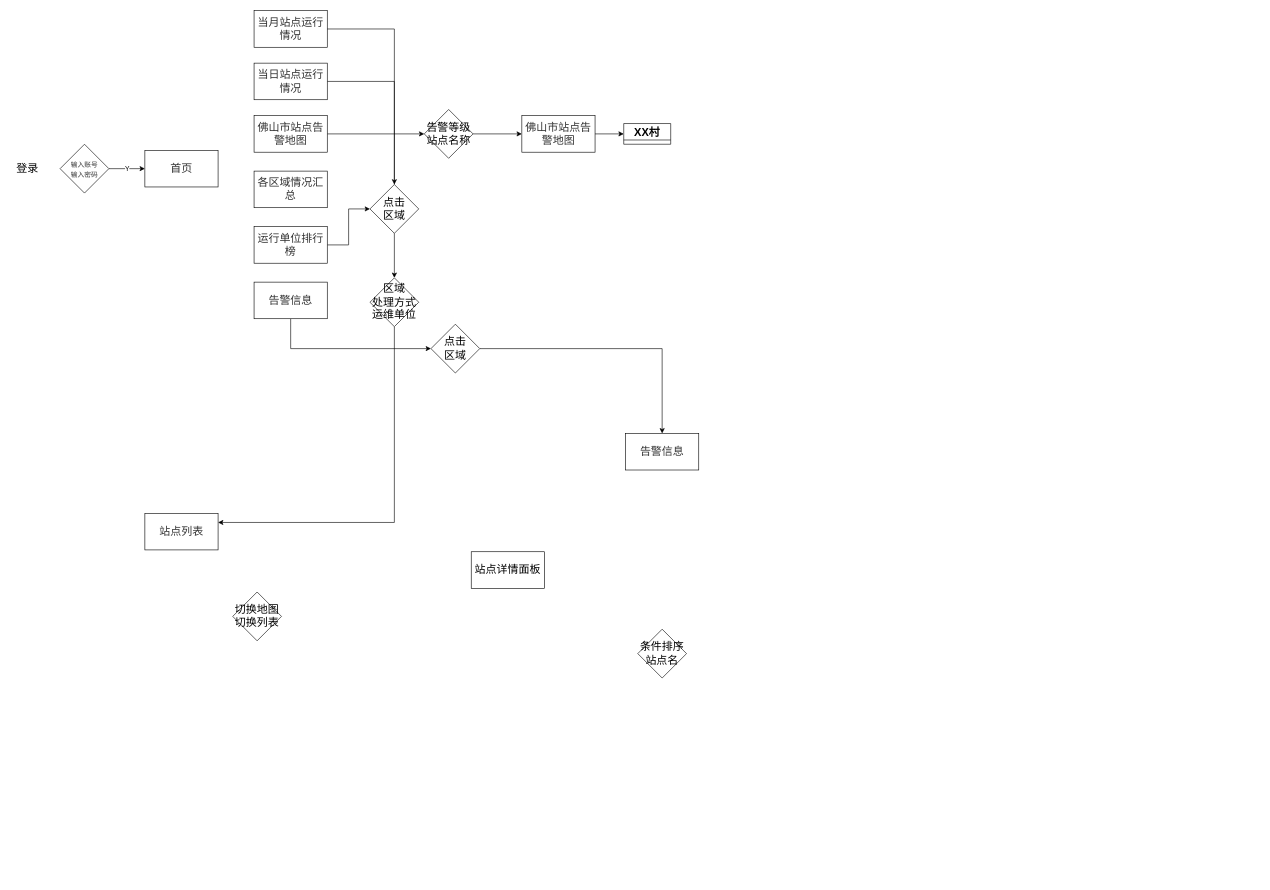
This is 未命名绘图.drawio from Lihua-neko/QASystemOnMedicalKG, a draw.io file, before an edit. Source tidied: cells renumbered, new cells numbered last; positions are measured from the earlier drawing's top-left corner, leaving out a move shared by most shapes. Both pictures are drawn from the tidied source at 61%, with x=0, y=0 at pixel (10, 10).
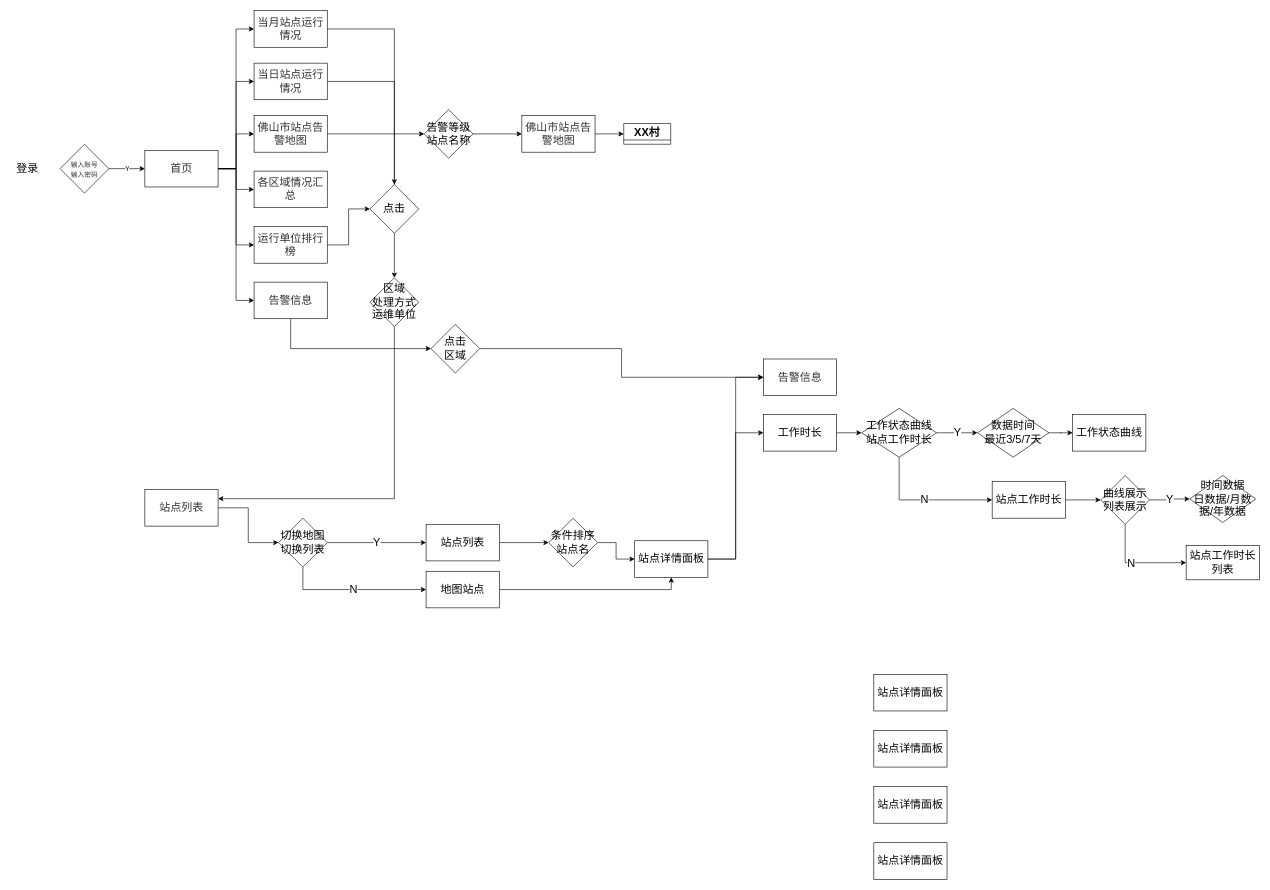
The same page after the edit.

Commit message (it also covers changes not shown here):
更新未命名绘图.drawio

The change refers to these unchanged cells:
```xml
<mxCell id="3" value="&lt;span style=&quot;color: rgb(50, 50, 50); font-size: 18px; background-color: rgba(255, 255, 255, 0.01);&quot;&gt;首页&lt;/span&gt;" style="rounded=0;whiteSpace=wrap;html=1;fontSize=14;" parent="1" vertex="1">
  <mxGeometry x="220" y="229" width="120" height="60" as="geometry" />
</mxCell>
<mxCell id="6" value="&lt;span style=&quot;color: rgb(50, 50, 50); font-size: 18px; background-color: rgba(255, 255, 255, 0.01);&quot;&gt;当月站点运行情况&lt;/span&gt;" style="rounded=0;whiteSpace=wrap;html=1;fontSize=14;" parent="1" vertex="1">
  <mxGeometry x="399" width="120" height="60" as="geometry" />
</mxCell>
<mxCell id="8" value="&lt;span style=&quot;color: rgb(50, 50, 50); font-size: 18px; background-color: rgba(255, 255, 255, 0.01);&quot;&gt;当日站点运行情况&lt;/span&gt;" style="rounded=0;whiteSpace=wrap;html=1;fontSize=14;" parent="1" vertex="1">
  <mxGeometry x="399" y="86" width="120" height="60" as="geometry" />
</mxCell>
<mxCell id="10" value="&lt;span style=&quot;color: rgb(50, 50, 50); font-size: 18px; background-color: rgba(255, 255, 255, 0.01);&quot;&gt;佛山市站点告警地图&lt;/span&gt;" style="rounded=0;whiteSpace=wrap;html=1;fontSize=14;" parent="1" vertex="1">
  <mxGeometry x="399" y="172" width="120" height="60" as="geometry" />
</mxCell>
<mxCell id="12" value="&lt;font color=&quot;#323232&quot;&gt;&lt;span style=&quot;font-size: 18px; background-color: rgba(255, 255, 255, 0.01);&quot;&gt;各区域情况汇总&lt;/span&gt;&lt;/font&gt;" style="rounded=0;whiteSpace=wrap;html=1;fontSize=14;" parent="1" vertex="1">
  <mxGeometry x="399" y="263" width="120" height="60" as="geometry" />
</mxCell>
<mxCell id="13" value="&lt;font color=&quot;#323232&quot;&gt;&lt;span style=&quot;font-size: 18px; background-color: rgba(255, 255, 255, 0.01);&quot;&gt;运行单位排行榜&lt;/span&gt;&lt;/font&gt;" style="rounded=0;whiteSpace=wrap;html=1;fontSize=14;" parent="1" vertex="1">
  <mxGeometry x="399" y="354" width="120" height="60" as="geometry" />
</mxCell>
<mxCell id="15" value="&lt;font color=&quot;#323232&quot;&gt;&lt;span style=&quot;font-size: 18px; background-color: rgba(255, 255, 255, 0.01);&quot;&gt;告警信息&lt;/span&gt;&lt;/font&gt;" style="rounded=0;whiteSpace=wrap;html=1;fontSize=14;" parent="1" vertex="1">
  <mxGeometry x="399" y="445" width="120" height="60" as="geometry" />
</mxCell>
<mxCell id="30" value="点击&lt;br&gt;区域" style="rhombus;whiteSpace=wrap;html=1;fontFamily=Helvetica;fontSize=18;" parent="1" vertex="1">
  <mxGeometry x="689" y="514" width="80" height="80" as="geometry" />
</mxCell>
```

Diff of the diagram source:
```diff
@@
+    <mxCell id="33" style="edgeStyle=orthogonalEdgeStyle;rounded=0;jettySize=auto;html=1;entryX=0;entryY=0.5;entryDx=0;entryDy=0;fontFamily=Helvetica;fontSize=18;" parent="1" edge="1" source="3" target="6">
+      <mxGeometry relative="1" as="geometry" />
+    </mxCell>
+    <mxCell id="34" style="edgeStyle=orthogonalEdgeStyle;rounded=0;jettySize=auto;html=1;entryX=0;entryY=0.5;entryDx=0;entryDy=0;fontFamily=Helvetica;fontSize=18;" parent="1" edge="1" source="3" target="8">
+      <mxGeometry relative="1" as="geometry" />
+    </mxCell>
+    <mxCell id="35" style="edgeStyle=orthogonalEdgeStyle;rounded=0;jettySize=auto;html=1;entryX=0;entryY=0.5;entryDx=0;entryDy=0;fontFamily=Helvetica;fontSize=18;" parent="1" edge="1" source="3" target="10">
+      <mxGeometry relative="1" as="geometry" />
+    </mxCell>
+    <mxCell id="36" style="edgeStyle=orthogonalEdgeStyle;rounded=0;jettySize=auto;html=1;entryX=0;entryY=0.5;entryDx=0;entryDy=0;fontFamily=Helvetica;fontSize=18;" parent="1" edge="1" source="3" target="12">
+      <mxGeometry relative="1" as="geometry" />
+    </mxCell>
+    <mxCell id="37" style="edgeStyle=orthogonalEdgeStyle;rounded=0;jettySize=auto;html=1;entryX=0;entryY=0.5;entryDx=0;entryDy=0;fontFamily=Helvetica;fontSize=18;" parent="1" edge="1" source="3" target="13">
+      <mxGeometry relative="1" as="geometry" />
+    </mxCell>
+    <mxCell id="38" style="edgeStyle=orthogonalEdgeStyle;rounded=0;jettySize=auto;html=1;entryX=0;entryY=0.5;entryDx=0;entryDy=0;fontFamily=Helvetica;fontSize=18;" parent="1" edge="1" source="3" target="15">
+      <mxGeometry relative="1" as="geometry" />
+    </mxCell>
@@
+    <mxCell id="39" style="edgeStyle=orthogonalEdgeStyle;rounded=0;jettySize=auto;html=1;entryX=0;entryY=0.5;entryDx=0;entryDy=0;fontFamily=Helvetica;fontSize=18;" parent="1" edge="1" source="16" target="31">
+      <mxGeometry relative="1" as="geometry" />
+    </mxCell>
     <mxCell id="16" value="&lt;span style=&quot;color: rgb(50, 50, 50); font-size: 18px; background-color: rgba(255, 255, 255, 0.01);&quot;&gt;站点列表&lt;/span&gt;" style="rounded=0;whiteSpace=wrap;html=1;fontSize=14;" parent="1" vertex="1">
-      <mxGeometry x="220" y="824" width="120" height="60" as="geometry" />
+      <mxGeometry x="220" y="785" width="120" height="60" as="geometry" />
     </mxCell>
@@
-    <mxCell id="18" value="点击&lt;br&gt;区域" style="rhombus;whiteSpace=wrap;html=1;fontFamily=Helvetica;fontSize=18;" parent="1" vertex="1">
+    <mxCell id="18" value="点击&lt;br&gt;" style="rhombus;whiteSpace=wrap;html=1;fontFamily=Helvetica;fontSize=18;" parent="1" vertex="1">
       <mxGeometry x="589" y="285" width="80" height="80" as="geometry" />
     </mxCell>
@@
+    <mxCell id="40" style="edgeStyle=orthogonalEdgeStyle;rounded=0;jettySize=auto;html=1;fontFamily=Helvetica;fontSize=18;" parent="1" edge="1" source="20" target="32">
+      <mxGeometry relative="1" as="geometry" />
+    </mxCell>
-    <mxCell id="20" value="站点详情面板" style="rounded=0;whiteSpace=wrap;html=1;fontFamily=Helvetica;fontSize=18;" parent="1" vertex="1">
-      <mxGeometry x="755" y="887" width="120" height="60" as="geometry" />
+    <mxCell id="20" value="站点列表" style="rounded=0;whiteSpace=wrap;html=1;fontFamily=Helvetica;fontSize=18;" parent="1" vertex="1">
+      <mxGeometry x="681" y="842" width="120" height="60" as="geometry" />
     </mxCell>
@@
     <mxCell id="28" value="&lt;font color=&quot;#323232&quot;&gt;&lt;span style=&quot;font-size: 18px; background-color: rgba(255, 255, 255, 0.01);&quot;&gt;告警信息&lt;/span&gt;&lt;/font&gt;" style="rounded=0;whiteSpace=wrap;html=1;fontSize=14;" parent="1" vertex="1">
-      <mxGeometry x="1008" y="693" width="120" height="60" as="geometry" />
+      <mxGeometry x="1234" y="571" width="120" height="60" as="geometry" />
     </mxCell>
-    <mxCell id="29" style="edgeStyle=orthogonalEdgeStyle;rounded=0;jettySize=auto;html=1;entryX=0.5;entryY=0;entryDx=0;entryDy=0;fontFamily=Helvetica;fontSize=18;" parent="1" edge="1" source="30" target="28">
+    <mxCell id="29" style="edgeStyle=orthogonalEdgeStyle;rounded=0;jettySize=auto;html=1;entryX=0;entryY=0.5;entryDx=0;entryDy=0;fontFamily=Helvetica;fontSize=18;" parent="1" edge="1" source="30" target="28">
       <mxGeometry relative="1" as="geometry" />
     </mxCell>
@@
+    <mxCell id="41" value="Y" style="edgeStyle=orthogonalEdgeStyle;rounded=0;jettySize=auto;html=1;entryX=0;entryY=0.5;entryDx=0;entryDy=0;fontFamily=Helvetica;fontSize=18;" parent="1" edge="1" source="31" target="20">
+      <mxGeometry relative="1" as="geometry" />
+    </mxCell>
+    <mxCell id="42" value="N" style="edgeStyle=orthogonalEdgeStyle;rounded=0;jettySize=auto;html=1;entryX=0;entryY=0.5;entryDx=0;entryDy=0;fontFamily=Helvetica;fontSize=18;exitX=0.5;exitY=1;exitDx=0;exitDy=0;" parent="1" edge="1" source="31" target="45">
+      <mxGeometry relative="1" as="geometry" />
+    </mxCell>
     <mxCell id="31" value="切换地图&lt;br&gt;切换列表" style="rhombus;whiteSpace=wrap;html=1;fontFamily=Helvetica;fontSize=18;" parent="1" vertex="1">
-      <mxGeometry x="364" y="953" width="80" height="80" as="geometry" />
+      <mxGeometry x="439" y="832" width="80" height="80" as="geometry" />
     </mxCell>
+    <mxCell id="43" style="edgeStyle=orthogonalEdgeStyle;rounded=0;jettySize=auto;html=1;entryX=0;entryY=0.5;entryDx=0;entryDy=0;fontFamily=Helvetica;fontSize=18;" parent="1" edge="1" source="32" target="48">
+      <mxGeometry relative="1" as="geometry" />
+    </mxCell>
     <mxCell id="32" value="条件排序&lt;br&gt;站点名" style="rhombus;whiteSpace=wrap;html=1;fontFamily=Helvetica;fontSize=18;" parent="1" vertex="1">
-      <mxGeometry x="1028" y="1014" width="80" height="80" as="geometry" />
+      <mxGeometry x="882" y="832" width="80" height="80" as="geometry" />
     </mxCell>
+    <mxCell id="44" style="edgeStyle=orthogonalEdgeStyle;rounded=0;jettySize=auto;html=1;entryX=0.5;entryY=1;entryDx=0;entryDy=0;fontFamily=Helvetica;fontSize=18;" parent="1" edge="1" source="45" target="48">
+      <mxGeometry relative="1" as="geometry" />
+    </mxCell>
+    <mxCell id="45" value="地图站点" style="rounded=0;whiteSpace=wrap;html=1;fontFamily=Helvetica;fontSize=18;" parent="1" vertex="1">
+      <mxGeometry x="681" y="919" width="120" height="60" as="geometry" />
+    </mxCell>
+    <mxCell id="46" style="edgeStyle=orthogonalEdgeStyle;rounded=0;jettySize=auto;html=1;entryX=0;entryY=0.5;entryDx=0;entryDy=0;fontFamily=Helvetica;fontSize=18;" parent="1" edge="1" source="48" target="50">
+      <mxGeometry relative="1" as="geometry" />
+    </mxCell>
+    <mxCell id="47" style="edgeStyle=orthogonalEdgeStyle;rounded=0;jettySize=auto;html=1;entryX=0;entryY=0.5;entryDx=0;entryDy=0;fontFamily=Helvetica;fontSize=18;" parent="1" edge="1" source="48" target="28">
+      <mxGeometry relative="1" as="geometry" />
+    </mxCell>
+    <mxCell id="48" value="站点详情面板" style="rounded=0;whiteSpace=wrap;html=1;fontFamily=Helvetica;fontSize=18;" parent="1" vertex="1">
+      <mxGeometry x="1023" y="869" width="120" height="60" as="geometry" />
+    </mxCell>
+    <mxCell id="49" style="edgeStyle=orthogonalEdgeStyle;rounded=0;jettySize=auto;html=1;entryX=0;entryY=0.5;entryDx=0;entryDy=0;fontFamily=Helvetica;fontSize=18;" parent="1" edge="1" source="50" target="57">
+      <mxGeometry relative="1" as="geometry" />
+    </mxCell>
+    <mxCell id="50" value="工作时长" style="rounded=0;whiteSpace=wrap;html=1;fontFamily=Helvetica;fontSize=18;" parent="1" vertex="1">
+      <mxGeometry x="1234" y="662" width="120" height="60" as="geometry" />
+    </mxCell>
+    <mxCell id="51" value="站点详情面板" style="rounded=0;whiteSpace=wrap;html=1;fontFamily=Helvetica;fontSize=18;" parent="1" vertex="1">
+      <mxGeometry x="1415" y="1364" width="120" height="60" as="geometry" />
+    </mxCell>
+    <mxCell id="52" value="站点详情面板" style="rounded=0;whiteSpace=wrap;html=1;fontFamily=Helvetica;fontSize=18;" parent="1" vertex="1">
+      <mxGeometry x="1415" y="1272" width="120" height="60" as="geometry" />
+    </mxCell>
+    <mxCell id="53" value="站点详情面板" style="rounded=0;whiteSpace=wrap;html=1;fontFamily=Helvetica;fontSize=18;" parent="1" vertex="1">
+      <mxGeometry x="1415" y="1180" width="120" height="60" as="geometry" />
+    </mxCell>
+    <mxCell id="54" value="站点详情面板" style="rounded=0;whiteSpace=wrap;html=1;fontFamily=Helvetica;fontSize=18;" parent="1" vertex="1">
+      <mxGeometry x="1415" y="1088" width="120" height="60" as="geometry" />
+    </mxCell>
+    <mxCell id="55" value="Y" style="edgeStyle=orthogonalEdgeStyle;rounded=0;jettySize=auto;html=1;entryX=0;entryY=0.5;entryDx=0;entryDy=0;fontFamily=Helvetica;fontSize=18;" parent="1" edge="1" source="57" target="61">
+      <mxGeometry relative="1" as="geometry" />
+    </mxCell>
+    <mxCell id="56" value="N" style="edgeStyle=orthogonalEdgeStyle;rounded=0;jettySize=auto;html=1;fontFamily=Helvetica;fontSize=18;entryX=0;entryY=0.5;entryDx=0;entryDy=0;exitX=0.5;exitY=1;exitDx=0;exitDy=0;" parent="1" edge="1" source="57" target="59">
+      <mxGeometry relative="1" as="geometry">
+        <Array as="points">
+          <mxPoint x="1457" y="802" />
+        </Array>
+      </mxGeometry>
+    </mxCell>
+    <mxCell id="57" value="工作状态曲线&lt;br&gt;站点工作时长" style="rhombus;whiteSpace=wrap;html=1;fontFamily=Helvetica;fontSize=18;" parent="1" vertex="1">
+      <mxGeometry x="1395" y="652" width="123" height="80" as="geometry" />
+    </mxCell>
+    <mxCell id="58" style="edgeStyle=orthogonalEdgeStyle;rounded=0;jettySize=auto;html=1;entryX=0;entryY=0.5;entryDx=0;entryDy=0;fontFamily=Helvetica;fontSize=18;" parent="1" edge="1" source="59" target="66">
+      <mxGeometry relative="1" as="geometry" />
+    </mxCell>
+    <mxCell id="59" value="站点工作时长" style="rounded=0;whiteSpace=wrap;html=1;fontFamily=Helvetica;fontSize=18;" parent="1" vertex="1">
+      <mxGeometry x="1609" y="772" width="120" height="60" as="geometry" />
+    </mxCell>
+    <mxCell id="60" style="edgeStyle=orthogonalEdgeStyle;rounded=0;jettySize=auto;html=1;entryX=0;entryY=0.5;entryDx=0;entryDy=0;fontFamily=Helvetica;fontSize=18;" parent="1" edge="1" source="61" target="62">
+      <mxGeometry relative="1" as="geometry" />
+    </mxCell>
+    <mxCell id="61" value="数据时间&lt;br&gt;最近3/5/7天" style="rhombus;whiteSpace=wrap;html=1;fontFamily=Helvetica;fontSize=18;" parent="1" vertex="1">
+      <mxGeometry x="1585" y="652" width="117" height="80" as="geometry" />
+    </mxCell>
+    <mxCell id="62" value="工作状态曲线" style="rounded=0;whiteSpace=wrap;html=1;fontFamily=Helvetica;fontSize=18;" parent="1" vertex="1">
+      <mxGeometry x="1741" y="662" width="120" height="60" as="geometry" />
+    </mxCell>
+    <mxCell id="63" value="Y" style="edgeStyle=orthogonalEdgeStyle;rounded=0;jettySize=auto;html=1;entryX=0;entryY=0.5;entryDx=0;entryDy=0;fontFamily=Helvetica;fontSize=18;" parent="1" edge="1" source="66" target="67">
+      <mxGeometry relative="1" as="geometry" />
+    </mxCell>
+    <mxCell id="64" style="edgeStyle=orthogonalEdgeStyle;rounded=0;jettySize=auto;html=1;entryX=0;entryY=0.5;entryDx=0;entryDy=0;fontFamily=Helvetica;fontSize=18;" parent="1" edge="1" source="66" target="68">
+      <mxGeometry relative="1" as="geometry">
+        <Array as="points">
+          <mxPoint x="1827" y="905" />
+        </Array>
+      </mxGeometry>
+    </mxCell>
+    <mxCell id="65" value="N&lt;br&gt;" style="edgeLabel;html=1;align=center;verticalAlign=middle;fontSize=18;fontFamily=Helvetica;" parent="64" vertex="1">
+      <mxGeometry x="-0.12" relative="1" as="geometry" />
+    </mxCell>
+    <mxCell id="66" value="曲线展示&lt;br&gt;列表展示" style="rhombus;whiteSpace=wrap;html=1;fontFamily=Helvetica;fontSize=18;" parent="1" vertex="1">
+      <mxGeometry x="1787" y="762" width="80" height="80" as="geometry" />
+    </mxCell>
+    <mxCell id="67" value="时间数据&lt;br&gt;日数据/月数据/年数据" style="rhombus;whiteSpace=wrap;html=1;fontFamily=Helvetica;fontSize=18;" parent="1" vertex="1">
+      <mxGeometry x="1933" y="762" width="108" height="77" as="geometry" />
+    </mxCell>
+    <mxCell id="68" value="站点工作时长列表" style="rounded=0;whiteSpace=wrap;html=1;fontFamily=Helvetica;fontSize=18;" parent="1" vertex="1">
+      <mxGeometry x="1927" y="877" width="120" height="56" as="geometry" />
+    </mxCell>
```
